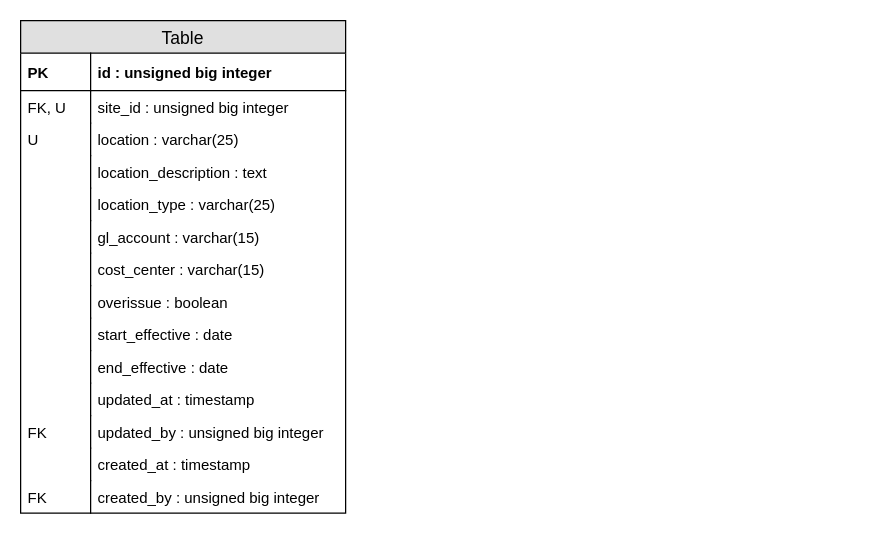
Before: Untitled Diagram.drawio in b32ny/data, a draw.io diagram. Source tidied: cells renumbered, new cells numbered last; positions are measured from the earlier drawing's top-left corner, leaving out a move shared by most shapes. Both pictures are drawn from the tidied source at 125%, with x=0, y=0 at pixel (20, 20).
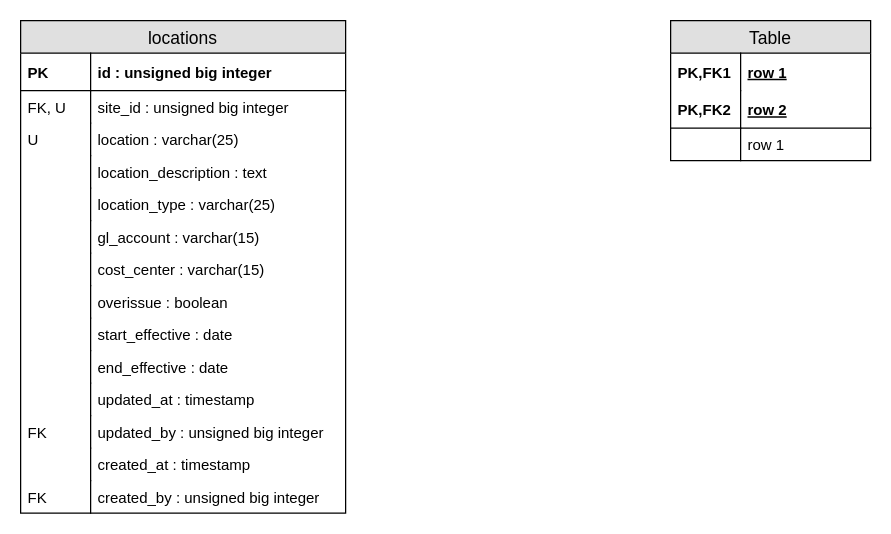
The same page after the edit.

The edit, as a diff of the source:
```diff
@@
-    <mxCell id="2" value="Table" style="swimlane;fontStyle=0;horizontal=1;startSize=26;fillColor=#e0e0e0;swimlaneFillColor=#ffffff;align=center;fontSize=14;" parent="1" vertex="1">
+    <mxCell id="2" value="locations" style="swimlane;fontStyle=0;horizontal=1;startSize=26;fillColor=#e0e0e0;swimlaneFillColor=#ffffff;align=center;fontSize=14;" parent="1" vertex="1">
       <mxGeometry width="260" height="394" as="geometry" />
     </mxCell>
@@
+    <mxCell id="31" value="Table" style="swimlane;fontStyle=0;horizontal=1;startSize=26;fillColor=#e0e0e0;swimlaneFillColor=#ffffff;align=center;fontSize=14;" parent="1" vertex="1">
+      <mxGeometry x="520" width="160" height="112" as="geometry" />
+    </mxCell>
+    <mxCell id="32" value="row 1" style="shape=partialRectangle;top=0;left=0;right=0;bottom=0;align=left;verticalAlign=middle;fillColor=none;spacingLeft=60;spacingRight=4;overflow=hidden;fontStyle=5;fontSize=12;" parent="31" vertex="1">
+      <mxGeometry y="26" width="160" height="30" as="geometry" />
+    </mxCell>
+    <mxCell id="33" value="PK,FK1" style="shape=partialRectangle;fontStyle=1;top=0;left=0;bottom=0;fillColor=none;align=left;verticalAlign=middle;spacingLeft=4;spacingRight=4;overflow=hidden;fontSize=12;" parent="32" vertex="1">
+      <mxGeometry width="56" height="30" as="geometry" />
+    </mxCell>
+    <mxCell id="34" value="row 2" style="shape=partialRectangle;top=0;left=0;right=0;bottom=1;align=left;verticalAlign=middle;fillColor=none;spacingLeft=60;spacingRight=4;overflow=hidden;fontStyle=5;fontSize=12;" parent="31" vertex="1">
+      <mxGeometry y="56" width="160" height="30" as="geometry" />
+    </mxCell>
+    <mxCell id="35" value="PK,FK2" style="shape=partialRectangle;fontStyle=1;top=0;left=0;bottom=0;fillColor=none;align=left;verticalAlign=middle;spacingLeft=4;spacingRight=4;overflow=hidden;fontSize=12;" parent="34" vertex="1">
+      <mxGeometry width="56" height="30" as="geometry" />
+    </mxCell>
+    <mxCell id="36" value="row 1" style="shape=partialRectangle;top=0;left=0;right=0;bottom=0;align=left;verticalAlign=top;fillColor=none;spacingLeft=60;spacingRight=4;overflow=hidden;fontSize=12;" parent="31" vertex="1">
+      <mxGeometry y="86" width="160" height="26" as="geometry" />
+    </mxCell>
+    <mxCell id="37" style="shape=partialRectangle;top=0;left=0;bottom=0;fillColor=none;align=left;verticalAlign=top;spacingLeft=4;spacingRight=4;overflow=hidden;fontSize=12;" parent="36" vertex="1">
+      <mxGeometry width="56" height="26" as="geometry" />
+    </mxCell>
```
